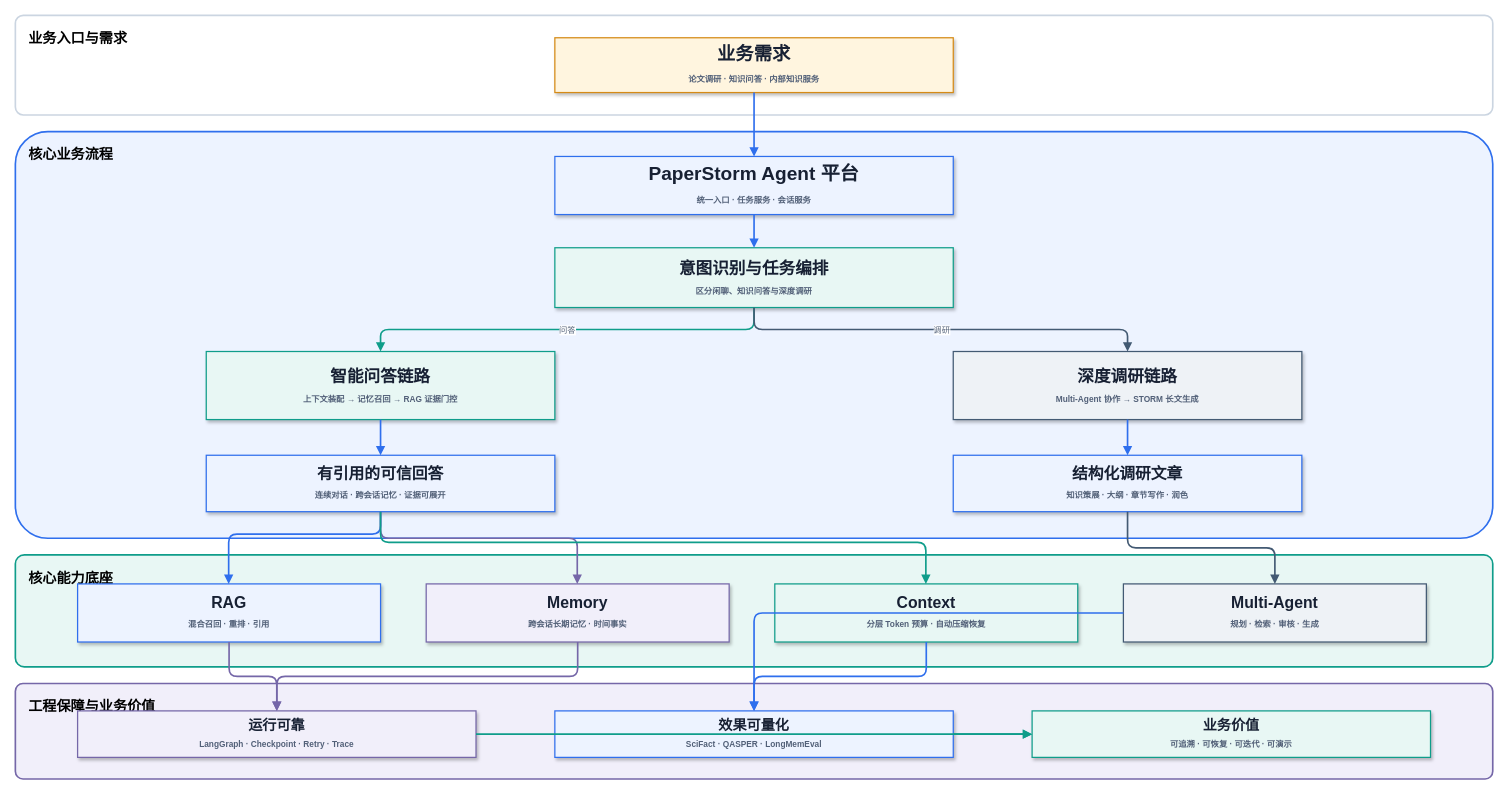
Above: docs/architecture/paperstorm-executive-overview.drawio in yzy-151/paperstorm-agent (draw.io), before the change. Source tidied: cells renumbered, new cells numbered last; positions are measured from the earlier drawing's top-left corner, leaving out a move shared by most shapes. Both pictures are drawn from the tidied source at 83%, with x=0, y=0 at pixel (15, 15).
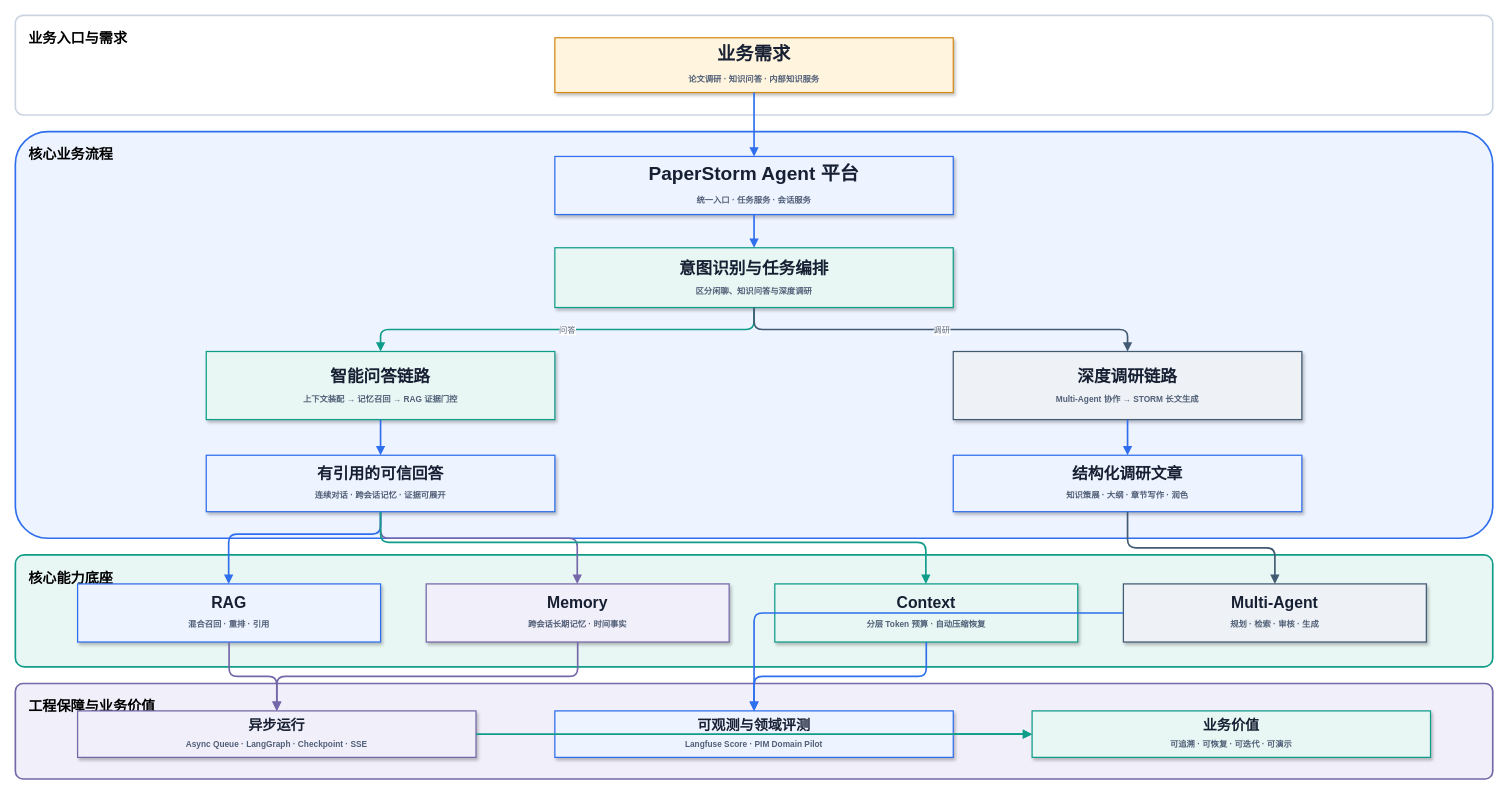
After the change.

Commit message (it also covers changes not shown here):
docs(architecture): add async runtime sequence

What changed in the source:
```diff
@@
-    <mxCell id="17" value="&lt;b&gt;运行可靠&lt;/b&gt;&lt;br&gt;&lt;font style=&quot;font-size:10px;color:#526078&quot;&gt;LangGraph · Checkpoint · Retry · Trace&lt;/font&gt;" style="rounded=0;whiteSpace=wrap;html=1;align=center;verticalAlign=middle;fontSize=17;fontColor=#172033;fontStyle=1;strokeColor=#7567A8;fillColor=#F1EFFA;strokeWidth=1.5;spacing=6;shadow=1;" parent="1" vertex="1">
+    <mxCell id="17" value="&lt;b&gt;异步运行&lt;/b&gt;&lt;br&gt;&lt;font style=&quot;font-size:10px;color:#526078&quot;&gt;Async Queue · LangGraph · Checkpoint · SSE&lt;/font&gt;" style="rounded=0;whiteSpace=wrap;html=1;align=center;verticalAlign=middle;fontSize=17;fontColor=#172033;fontStyle=1;strokeColor=#7567A8;fillColor=#F1EFFA;strokeWidth=1.5;spacing=6;shadow=1;" parent="1" vertex="1">
       <mxGeometry x="75" y="838" width="480" height="56" as="geometry" />
     </mxCell>
-    <mxCell id="18" value="&lt;b&gt;效果可量化&lt;/b&gt;&lt;br&gt;&lt;font style=&quot;font-size:10px;color:#526078&quot;&gt;SciFact · QASPER · LongMemEval&lt;/font&gt;" style="rounded=0;whiteSpace=wrap;html=1;align=center;verticalAlign=middle;fontSize=17;fontColor=#172033;fontStyle=1;strokeColor=#2F6FED;fillColor=#EDF3FF;strokeWidth=1.5;spacing=6;shadow=1;" parent="1" vertex="1">
+    <mxCell id="18" value="&lt;b&gt;可观测与领域评测&lt;/b&gt;&lt;br&gt;&lt;font style=&quot;font-size:10px;color:#526078&quot;&gt;Langfuse Score · PIM Domain Pilot&lt;/font&gt;" style="rounded=0;whiteSpace=wrap;html=1;align=center;verticalAlign=middle;fontSize=17;fontColor=#172033;fontStyle=1;strokeColor=#2F6FED;fillColor=#EDF3FF;strokeWidth=1.5;spacing=6;shadow=1;" parent="1" vertex="1">
       <mxGeometry x="650" y="838" width="480" height="56" as="geometry" />
     </mxCell>
```
